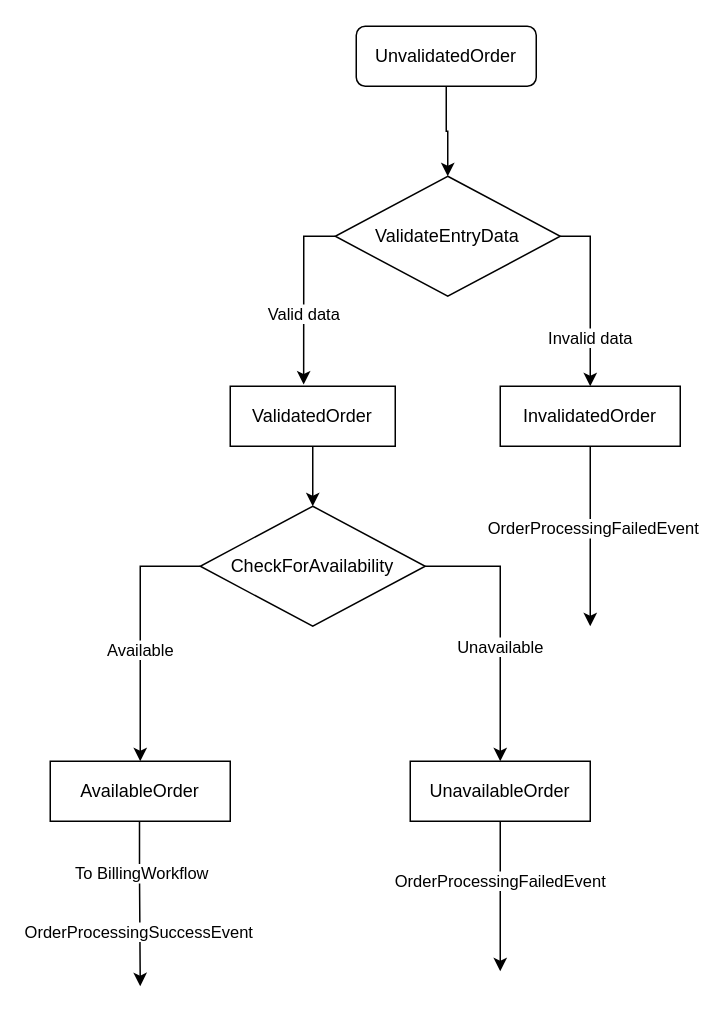
Before: Proiect PSSC/Proiect PSSC/Flow Diagrams/OrderProcessing.drawio in Voicuu/Proiect-PSSC, a draw.io diagram. Source tidied: cells renumbered, new cells numbered last; positions are measured from the earlier drawing's top-left corner, leaving out a move shared by most shapes. Both pictures are drawn from the tidied source at 150%, with x=0, y=0 at pixel (50, 26).
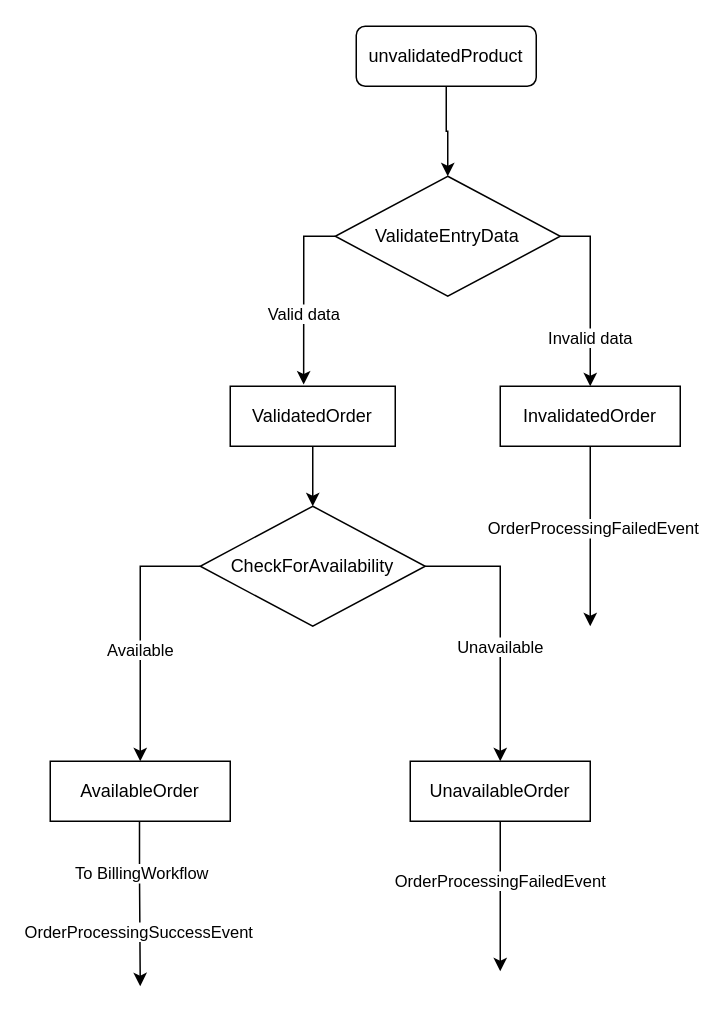
After the change.

Commit message (it also covers changes not shown here):
Added Order Processing Operation and Workflow

What changed in the source:
```diff
@@
-    <mxCell id="3" value="UnvalidatedOrder" style="rounded=1;whiteSpace=wrap;html=1;fontSize=12;glass=0;strokeWidth=1;shadow=0;" parent="1" vertex="1">
+    <mxCell id="3" value="unvalidatedProduct" style="rounded=1;whiteSpace=wrap;html=1;fontSize=12;glass=0;strokeWidth=1;shadow=0;" parent="1" vertex="1">
       <mxGeometry x="204" width="120" height="40" as="geometry" />
     </mxCell>
```
